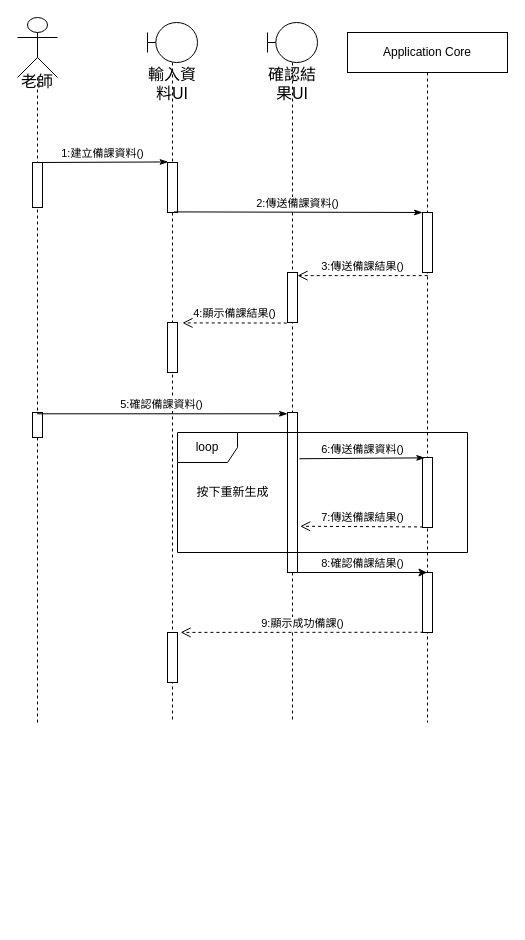
This is UI循序圖(建立備課資料) copy.drawio from Kevincheng0804/System-analysis, a draw.io file, before an edit. Source tidied: cells renumbered, new cells numbered last; positions are measured from the earlier drawing's top-left corner, leaving out a move shared by most shapes. Both pictures are drawn from the tidied source at 100%, with x=0, y=0 at pixel (17, 17).
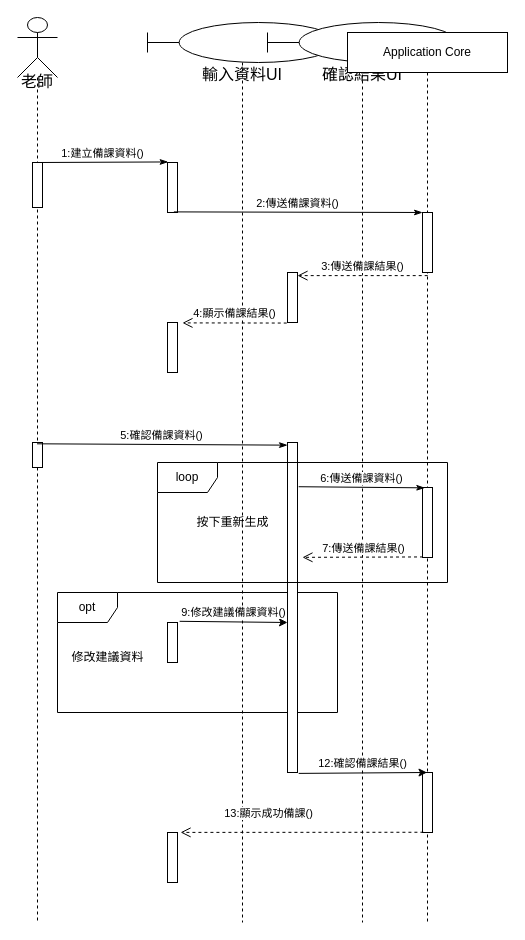
Above is the later version.

What changed in the source:
```diff
@@
     <mxCell id="2" value="&lt;p&gt;&lt;font style=&quot;font-size: 16px;&quot;&gt;老師&lt;/font&gt;&lt;/p&gt;" style="shape=umlLifeline;participant=umlActor;perimeter=lifelinePerimeter;whiteSpace=wrap;html=1;verticalAlign=top;spacingTop=36;size=60;align=center;" parent="1" vertex="1">
-      <mxGeometry width="40" height="705" as="geometry" />
+      <mxGeometry width="40" height="905" as="geometry" />
     </mxCell>
@@
     <mxCell id="4" style="html=1;perimeter=orthogonalPerimeter;" parent="2" vertex="1">
-      <mxGeometry x="15" y="395" width="10" height="25" as="geometry" />
+      <mxGeometry x="15" y="425" width="10" height="25" as="geometry" />
     </mxCell>
     <mxCell id="5" value="輸入資料UI" style="shape=umlLifeline;participant=umlBoundary;perimeter=lifelinePerimeter;whiteSpace=wrap;html=1;verticalAlign=top;spacingTop=36;fontSize=16;" parent="1" vertex="1">
-      <mxGeometry x="130" y="5" width="50" height="700" as="geometry" />
+      <mxGeometry x="130" y="5" width="190" height="900" as="geometry" />
     </mxCell>
@@
     <mxCell id="7" style="html=1;points=[];perimeter=orthogonalPerimeter;" parent="5" vertex="1">
-      <mxGeometry x="20" y="610" width="10" height="50" as="geometry" />
+      <mxGeometry x="20" y="810" width="10" height="50" as="geometry" />
     </mxCell>
@@
+    <mxCell id="27" style="html=1;points=[];perimeter=orthogonalPerimeter;" parent="5" vertex="1">
+      <mxGeometry x="20" y="600" width="10" height="40" as="geometry" />
+    </mxCell>
+    <mxCell id="28" value="opt" style="shape=umlFrame;whiteSpace=wrap;html=1;" parent="5" vertex="1">
+      <mxGeometry x="-90" y="570" width="280" height="120" as="geometry" />
+    </mxCell>
     <mxCell id="9" value="確認結果UI" style="shape=umlLifeline;participant=umlBoundary;perimeter=lifelinePerimeter;whiteSpace=wrap;html=1;verticalAlign=top;spacingTop=36;fontSize=16;" parent="1" vertex="1">
-      <mxGeometry x="250" y="5" width="50" height="700" as="geometry" />
+      <mxGeometry x="250" y="5" width="190" height="900" as="geometry" />
     </mxCell>
@@
     <mxCell id="11" style="html=1;points=[];perimeter=orthogonalPerimeter;" parent="9" vertex="1">
-      <mxGeometry x="20" y="390" width="10" height="160" as="geometry" />
+      <mxGeometry x="20" y="420" width="10" height="330" as="geometry" />
     </mxCell>
     <mxCell id="12" value="Application Core" style="shape=umlLifeline;perimeter=lifelinePerimeter;whiteSpace=wrap;html=1;" parent="1" vertex="1">
-      <mxGeometry x="330" y="15" width="160" height="690" as="geometry" />
+      <mxGeometry x="330" y="15" width="160" height="890" as="geometry" />
     </mxCell>
@@
     <mxCell id="14" style="html=1;points=[];perimeter=orthogonalPerimeter;" parent="12" vertex="1">
-      <mxGeometry x="75" y="425" width="10" height="70" as="geometry" />
+      <mxGeometry x="75" y="455" width="10" height="70" as="geometry" />
     </mxCell>
-    <mxCell id="15" value="loop" style="shape=umlFrame;whiteSpace=wrap;html=1;" parent="12" vertex="1">
-      <mxGeometry x="-170" y="400" width="290" height="120" as="geometry" />
-    </mxCell>
     <mxCell id="16" style="html=1;points=[];perimeter=orthogonalPerimeter;" parent="12" vertex="1">
-      <mxGeometry x="75" y="540" width="10" height="60" as="geometry" />
+      <mxGeometry x="75" y="740" width="10" height="60" as="geometry" />
     </mxCell>
@@
     <mxCell id="21" value="5:確認備課資料()" style="html=1;verticalAlign=bottom;endArrow=classicThin;endFill=1;entryX=0.003;entryY=0.008;entryDx=0;entryDy=0;entryPerimeter=0;" parent="1" edge="1" target="11">
       <mxGeometry relative="1" as="geometry">
-        <mxPoint x="19.5" y="396.3" as="sourcePoint" />
+        <mxPoint x="19.5" y="426.3" as="sourcePoint" />
       </mxGeometry>
     </mxCell>
-    <mxCell id="22" value="6:傳送備課資料()" style="html=1;verticalAlign=bottom;endArrow=classicThin;endFill=1;exitX=1.188;exitY=0.289;exitDx=0;exitDy=0;exitPerimeter=0;entryX=0.231;entryY=0.005;entryDx=0;entryDy=0;entryPerimeter=0;" parent="1" edge="1" source="11" target="14">
+    <mxCell id="22" value="6:傳送備課資料()" style="html=1;verticalAlign=bottom;endArrow=classicThin;endFill=1;entryX=0.231;entryY=0.005;entryDx=0;entryDy=0;entryPerimeter=0;exitX=1.116;exitY=0.134;exitDx=0;exitDy=0;exitPerimeter=0;" parent="1" edge="1" source="11" target="14">
       <mxGeometry relative="1" as="geometry" />
     </mxCell>
-    <mxCell id="23" value="7:傳送備課結果()" style="html=1;verticalAlign=bottom;endArrow=open;dashed=1;endSize=8;exitX=0.052;exitY=0.992;exitDx=0;exitDy=0;exitPerimeter=0;entryX=1.269;entryY=0.711;entryDx=0;entryDy=0;entryPerimeter=0;" parent="1" edge="1" source="14" target="11">
+    <mxCell id="23" value="7:傳送備課結果()" style="html=1;verticalAlign=bottom;endArrow=open;dashed=1;endSize=8;exitX=0.052;exitY=0.992;exitDx=0;exitDy=0;exitPerimeter=0;entryX=1.497;entryY=0.348;entryDx=0;entryDy=0;entryPerimeter=0;" parent="1" edge="1" source="14" target="11">
       <mxGeometry relative="1" as="geometry" />
     </mxCell>
     <mxCell id="24" value="按下重新生成" style="text;html=1;align=center;verticalAlign=middle;strokeColor=none;fillColor=none;" parent="1" vertex="1">
-      <mxGeometry x="165" y="460" width="100" height="30" as="geometry" />
+      <mxGeometry x="165" y="490" width="100" height="30" as="geometry" />
     </mxCell>
-    <mxCell id="25" value="8:確認備課結果()" style="html=1;verticalAlign=bottom;endArrow=classic;endFill=1;" parent="1" edge="1">
+    <mxCell id="25" value="12:確認備課結果()" style="html=1;verticalAlign=bottom;endArrow=classic;endFill=1;exitX=1.116;exitY=1.003;exitDx=0;exitDy=0;exitPerimeter=0;" parent="1" edge="1">
       <mxGeometry relative="1" as="geometry">
-        <mxPoint x="280" y="555" as="sourcePoint" />
-        <mxPoint x="409.5" y="555" as="targetPoint" />
+        <mxPoint x="281.2" y="755.9" as="sourcePoint" />
+        <mxPoint x="409.5" y="755" as="targetPoint" />
       </mxGeometry>
     </mxCell>
-    <mxCell id="26" value="9:顯示成功備課()" style="html=1;verticalAlign=bottom;endArrow=open;dashed=1;endSize=8;exitX=0.092;exitY=0.996;exitDx=0;exitDy=0;exitPerimeter=0;entryX=1.307;entryY=-0.002;entryDx=0;entryDy=0;entryPerimeter=0;" parent="1" edge="1" source="16" target="7">
-      <mxGeometry relative="1" as="geometry" />
+    <mxCell id="26" value="13:顯示成功備課()" style="html=1;verticalAlign=bottom;endArrow=open;dashed=1;endSize=8;exitX=0.092;exitY=0.996;exitDx=0;exitDy=0;exitPerimeter=0;entryX=1.307;entryY=-0.002;entryDx=0;entryDy=0;entryPerimeter=0;" parent="1" edge="1" source="16" target="7">
+      <mxGeometry x="0.28" y="-10" relative="1" as="geometry" />
     </mxCell>
+    <mxCell id="29" value="9:修改建議備課資料()" style="html=1;verticalAlign=bottom;endArrow=classic;endFill=1;exitX=1.211;exitY=-0.03;exitDx=0;exitDy=0;exitPerimeter=0;" parent="1" edge="1" source="27">
+      <mxGeometry relative="1" as="geometry">
+        <mxPoint x="270" y="605" as="targetPoint" />
+      </mxGeometry>
+    </mxCell>
+    <mxCell id="15" value="loop" style="shape=umlFrame;whiteSpace=wrap;html=1;" parent="1" vertex="1">
+      <mxGeometry x="140" y="445" width="290" height="120" as="geometry" />
+    </mxCell>
+    <mxCell id="30" value="修改建議資料" style="text;html=1;align=center;verticalAlign=middle;strokeColor=none;fillColor=none;" parent="1" vertex="1">
+      <mxGeometry x="40" y="625" width="100" height="30" as="geometry" />
+    </mxCell>
```
